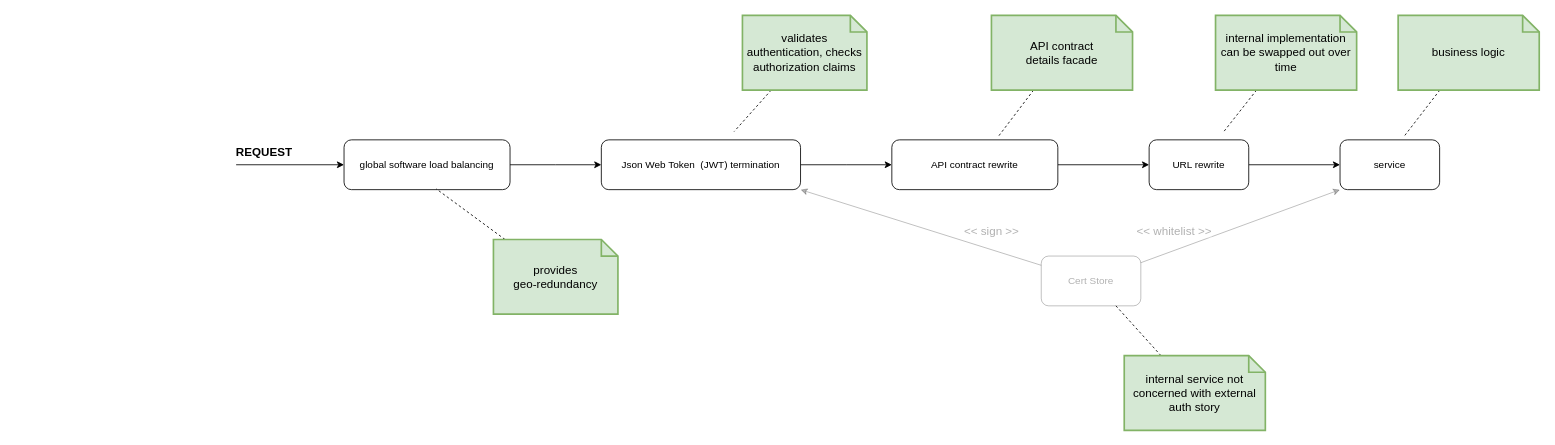
This is assets/intro.drawio from JakubNer/az-reverse-proxy-options, a draw.io file, before an edit. Source tidied: cells renumbered, new cells numbered last; positions are measured from the earlier drawing's top-left corner, leaving out a move shared by most shapes. Both pictures are drawn from the tidied source at 83%, with x=0, y=0 at pixel (236, 15).
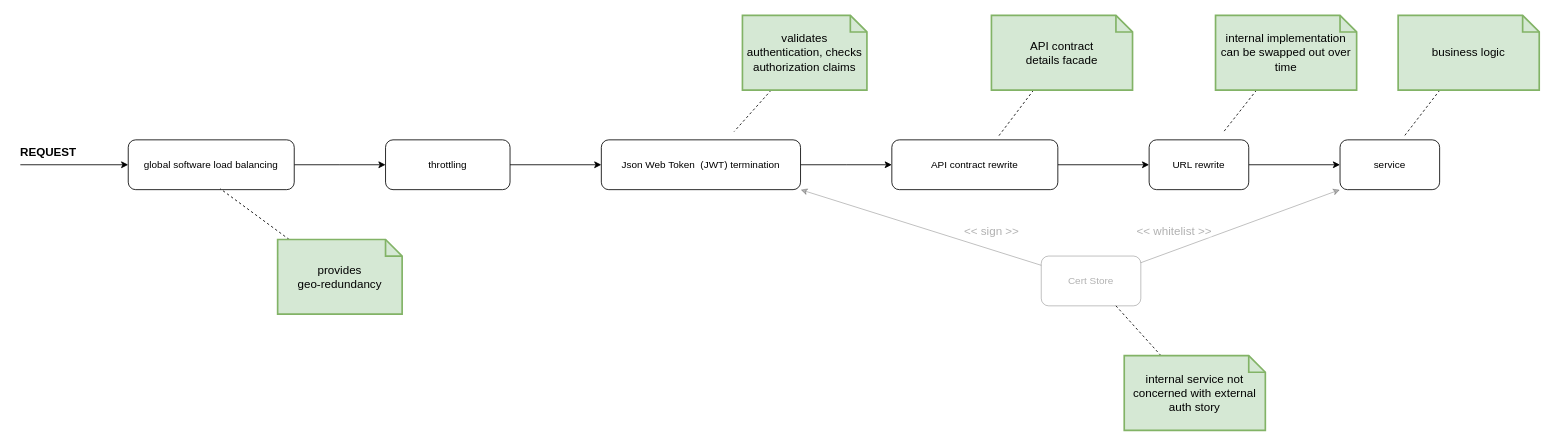
The same page after the edit.

The change refers to these unchanged cells:
```xml
<mxCell id="5" value="Json Web Token&amp;nbsp; (JWT) termination" style="rounded=1;whiteSpace=wrap;html=1;" parent="1" vertex="1">
  <mxGeometry x="440" y="150" width="240" height="60" as="geometry" />
</mxCell>
```

What changed in the source:
```diff
@@
     <mxCell id="2" style="edgeStyle=orthogonalEdgeStyle;rounded=0;jettySize=auto;html=1;" parent="1" edge="1" source="3">
       <mxGeometry relative="1" as="geometry">
-        <mxPoint x="440" y="180" as="targetPoint" />
+        <mxPoint x="180" y="180" as="targetPoint" />
       </mxGeometry>
     </mxCell>
     <mxCell id="3" value="global software load balancing" style="rounded=1;whiteSpace=wrap;html=1;" parent="1" vertex="1">
-      <mxGeometry x="130" y="150" width="200" height="60" as="geometry" />
+      <mxGeometry x="-130" y="150" width="200" height="60" as="geometry" />
     </mxCell>
@@
     <mxCell id="9" style="endArrow=classic;html=1;rounded=0;entryX=0;entryY=0.5;entryDx=0;entryDy=0;" parent="1" edge="1" target="3">
       <mxGeometry relative="1" as="geometry">
-        <mxPoint y="180" as="sourcePoint" />
+        <mxPoint x="-260" y="180" as="sourcePoint" />
       </mxGeometry>
     </mxCell>
     <mxCell id="10" value="REQUEST" style="text;html=1;strokeColor=none;fillColor=none;align=center;verticalAlign=middle;whiteSpace=wrap;rounded=0;fontSize=14;fontStyle=1;" parent="1" vertex="1">
-      <mxGeometry x="4" y="150" width="60" height="30" as="geometry" />
+      <mxGeometry x="-256" y="150" width="60" height="30" as="geometry" />
     </mxCell>
@@
     <mxCell id="12" value="provides &lt;br&gt;geo-redundancy" style="shape=note;strokeWidth=2;fontSize=14;size=20;whiteSpace=wrap;html=1;fillColor=#d5e8d4;strokeColor=#82b366;" parent="1" vertex="1">
-      <mxGeometry x="310" y="270" width="150" height="90" as="geometry" />
+      <mxGeometry x="50" y="270" width="150" height="90" as="geometry" />
     </mxCell>
@@
+    <mxCell id="28" style="edgeStyle=orthogonalEdgeStyle;rounded=0;jettySize=auto;html=1;entryX=0;entryY=0.5;entryDx=0;entryDy=0;" parent="1" edge="1" source="29" target="5">
+      <mxGeometry relative="1" as="geometry" />
+    </mxCell>
+    <mxCell id="29" value="throttling" style="rounded=1;whiteSpace=wrap;html=1;" parent="1" vertex="1">
+      <mxGeometry x="180" y="150" width="150" height="60" as="geometry" />
+    </mxCell>
```
